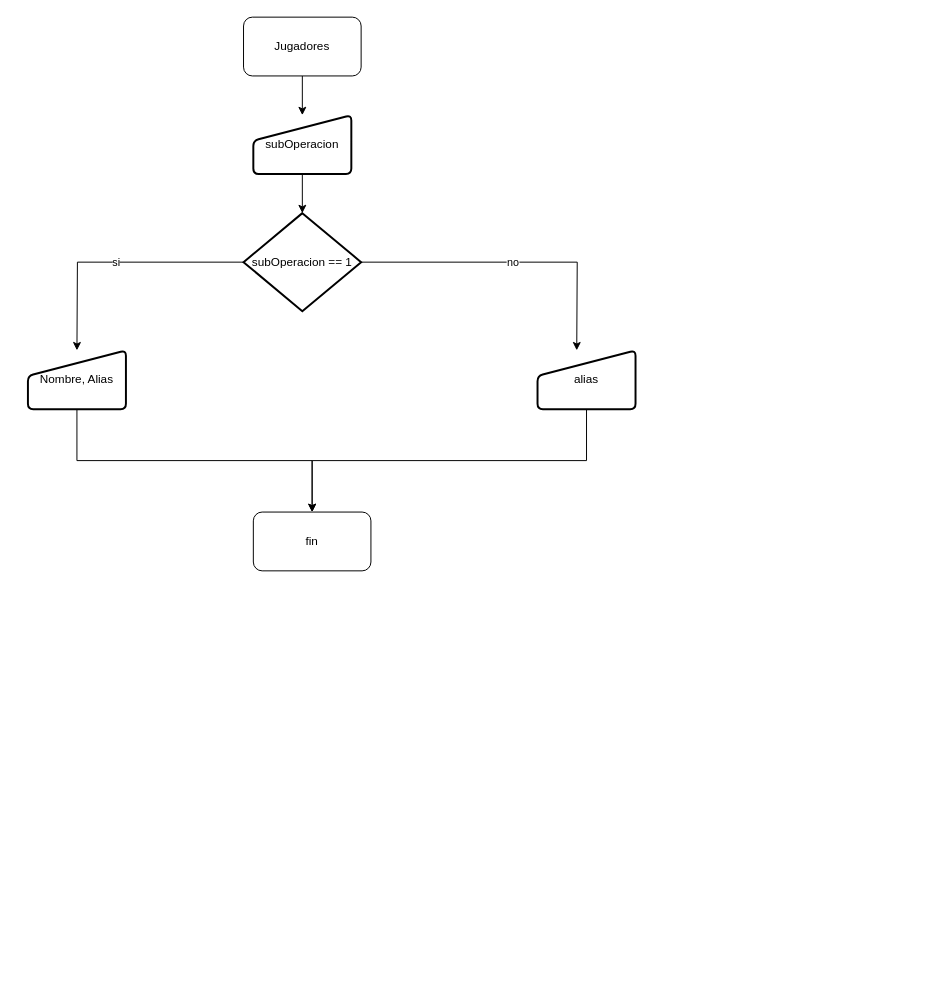
Earlier version of the draw.io diagram intro-programacion/entrega1/Jugadores.drawio (miguelgonrod/Universidad). Source tidied: cells renumbered, new cells numbered last; positions are measured from the earlier drawing's top-left corner, leaving out a move shared by most shapes. Both pictures are drawn from the tidied source at 98%, with x=0, y=0 at pixel (27, 17).
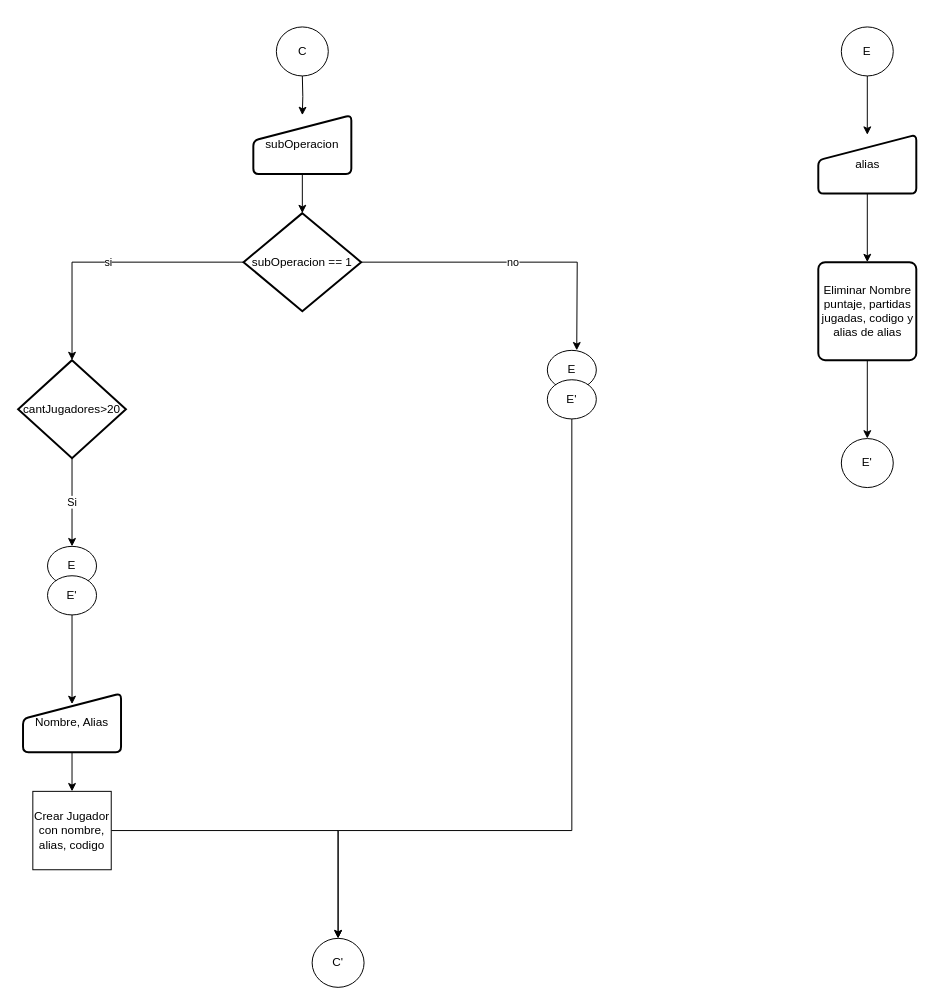
Above is the later version.

The change refers to these unchanged cells:
```xml
<mxCell id="5" value="subOperacion" style="html=1;strokeWidth=2;shape=manualInput;whiteSpace=wrap;rounded=1;size=26;arcSize=11;" parent="1" vertex="1">
  <mxGeometry x="230" y="100" width="100" height="60" as="geometry" />
</mxCell>
<mxCell id="8" value="subOperacion == 1" style="strokeWidth=2;html=1;shape=mxgraph.flowchart.decision;whiteSpace=wrap;" parent="1" vertex="1">
  <mxGeometry x="220" y="200" width="120" height="100" as="geometry" />
</mxCell>
```

What changed in the source:
```diff
@@
-    <mxCell id="2" style="edgeStyle=orthogonalEdgeStyle;rounded=0;jettySize=auto;html=1;" parent="1" edge="1" source="3" target="5">
-      <mxGeometry relative="1" as="geometry" />
+    <mxCell id="2" style="edgeStyle=orthogonalEdgeStyle;rounded=0;jettySize=auto;html=1;" parent="1" edge="1" target="5">
+      <mxGeometry relative="1" as="geometry">
+        <mxPoint x="280" y="60" as="sourcePoint" />
+      </mxGeometry>
     </mxCell>
-    <mxCell id="3" value="Jugadores" style="rounded=1;whiteSpace=wrap;html=1;" parent="1" vertex="1">
-      <mxGeometry x="220" width="120" height="60" as="geometry" />
-    </mxCell>
@@
-    <mxCell id="6" value="si" style="edgeStyle=orthogonalEdgeStyle;rounded=0;jettySize=auto;html=1;exitX=0;exitY=0.5;exitDx=0;exitDy=0;exitPerimeter=0;" parent="1" edge="1" source="8">
+    <mxCell id="6" value="si" style="edgeStyle=orthogonalEdgeStyle;rounded=0;jettySize=auto;html=1;exitX=0;exitY=0.5;exitDx=0;exitDy=0;exitPerimeter=0;entryX=0.5;entryY=0;entryDx=0;entryDy=0;entryPerimeter=0;" parent="1" edge="1" source="8" target="26">
       <mxGeometry relative="1" as="geometry">
-        <mxPoint x="50" y="340" as="targetPoint" />
+        <Array as="points">
+          <mxPoint x="45" y="250" />
+        </Array>
       </mxGeometry>
     </mxCell>
@@
-    <mxCell id="9" style="edgeStyle=orthogonalEdgeStyle;rounded=0;jettySize=auto;html=1;exitX=0.5;exitY=1;exitDx=0;exitDy=0;entryX=0.5;entryY=0;entryDx=0;entryDy=0;" parent="1" edge="1" source="10" target="13">
-      <mxGeometry relative="1" as="geometry" />
-    </mxCell>
+    <mxCell id="14" style="edgeStyle=orthogonalEdgeStyle;rounded=0;jettySize=auto;html=1;entryX=0.5;entryY=0;entryDx=0;entryDy=0;" parent="1" edge="1" source="10" target="16">
+      <mxGeometry relative="1" as="geometry" />
+    </mxCell>
     <mxCell id="10" value="Nombre, Alias" style="html=1;strokeWidth=2;shape=manualInput;whiteSpace=wrap;rounded=1;size=26;arcSize=11;" parent="1" vertex="1">
-      <mxGeometry y="340" width="100" height="60" as="geometry" />
+      <mxGeometry x="-5" y="690" width="100" height="60" as="geometry" />
     </mxCell>
-    <mxCell id="11" style="edgeStyle=orthogonalEdgeStyle;rounded=0;jettySize=auto;html=1;exitX=0.5;exitY=1;exitDx=0;exitDy=0;entryX=0.5;entryY=0;entryDx=0;entryDy=0;" parent="1" edge="1" source="12" target="13">
-      <mxGeometry relative="1" as="geometry" />
-    </mxCell>
+    <mxCell id="15" style="edgeStyle=orthogonalEdgeStyle;rounded=0;jettySize=auto;html=1;entryX=0.5;entryY=0;entryDx=0;entryDy=0;" parent="1" edge="1" source="16" target="18">
+      <mxGeometry relative="1" as="geometry" />
+    </mxCell>
+    <mxCell id="16" value="Crear Jugador con nombre, alias, codigo" style="whiteSpace=wrap;html=1;" parent="1" vertex="1">
+      <mxGeometry x="5" y="790" width="80" height="80" as="geometry" />
+    </mxCell>
+    <mxCell id="17" value="C" style="ellipse;whiteSpace=wrap;html=1;" parent="1" vertex="1">
+      <mxGeometry x="253.5" y="10" width="53" height="50" as="geometry" />
+    </mxCell>
+    <mxCell id="18" value="C'" style="ellipse;whiteSpace=wrap;html=1;" parent="1" vertex="1">
+      <mxGeometry x="290" y="940" width="53" height="50" as="geometry" />
+    </mxCell>
+    <mxCell id="19" style="edgeStyle=orthogonalEdgeStyle;rounded=0;jettySize=auto;html=1;entryX=0.5;entryY=0;entryDx=0;entryDy=0;" parent="1" edge="1" source="20" target="12">
+      <mxGeometry relative="1" as="geometry" />
+    </mxCell>
+    <mxCell id="20" value="E" style="ellipse;whiteSpace=wrap;html=1;" parent="1" vertex="1">
+      <mxGeometry x="830" y="10" width="53" height="50" as="geometry" />
+    </mxCell>
+    <mxCell id="21" style="edgeStyle=orthogonalEdgeStyle;rounded=0;jettySize=auto;html=1;" parent="1" edge="1" source="12" target="23">
+      <mxGeometry relative="1" as="geometry" />
+    </mxCell>
     <mxCell id="12" value="alias" style="html=1;strokeWidth=2;shape=manualInput;whiteSpace=wrap;rounded=1;size=26;arcSize=11;" parent="1" vertex="1">
-      <mxGeometry x="520" y="340" width="100" height="60" as="geometry" />
+      <mxGeometry x="806.5" y="120" width="100" height="60" as="geometry" />
     </mxCell>
-    <mxCell id="13" value="fin" style="rounded=1;whiteSpace=wrap;html=1;" parent="1" vertex="1">
-      <mxGeometry x="230" y="505" width="120" height="60" as="geometry" />
-    </mxCell>
+    <mxCell id="22" style="edgeStyle=orthogonalEdgeStyle;rounded=0;jettySize=auto;html=1;entryX=0.5;entryY=0;entryDx=0;entryDy=0;" parent="1" edge="1" source="23" target="24">
+      <mxGeometry relative="1" as="geometry" />
+    </mxCell>
+    <mxCell id="23" value="Eliminar Nombre puntaje, partidas jugadas, codigo y alias de alias" style="rounded=1;whiteSpace=wrap;html=1;absoluteArcSize=1;arcSize=14;strokeWidth=2;" parent="1" vertex="1">
+      <mxGeometry x="806.5" y="250" width="100" height="100" as="geometry" />
+    </mxCell>
+    <mxCell id="24" value="E'" style="ellipse;whiteSpace=wrap;html=1;" parent="1" vertex="1">
+      <mxGeometry x="830" y="430" width="53" height="50" as="geometry" />
+    </mxCell>
+    <mxCell id="25" value="Si" style="edgeStyle=orthogonalEdgeStyle;rounded=0;jettySize=auto;html=1;entryX=0.5;entryY=0;entryDx=0;entryDy=0;" parent="1" edge="1" source="26" target="27">
+      <mxGeometry relative="1" as="geometry" />
+    </mxCell>
+    <mxCell id="26" value="cantJugadores&amp;gt;20" style="strokeWidth=2;html=1;shape=mxgraph.flowchart.decision;whiteSpace=wrap;" parent="1" vertex="1">
+      <mxGeometry x="-10" y="350" width="110" height="100" as="geometry" />
+    </mxCell>
+    <mxCell id="27" value="E" style="ellipse;whiteSpace=wrap;html=1;" parent="1" vertex="1">
+      <mxGeometry x="20" y="540" width="50" height="40" as="geometry" />
+    </mxCell>
+    <mxCell id="28" style="edgeStyle=orthogonalEdgeStyle;rounded=0;jettySize=auto;html=1;entryX=0.5;entryY=0.183;entryDx=0;entryDy=0;entryPerimeter=0;" parent="1" edge="1" source="29" target="10">
+      <mxGeometry relative="1" as="geometry" />
+    </mxCell>
+    <mxCell id="29" value="E'" style="ellipse;whiteSpace=wrap;html=1;" parent="1" vertex="1">
+      <mxGeometry x="20" y="570" width="50" height="40" as="geometry" />
+    </mxCell>
+    <mxCell id="30" value="E" style="ellipse;whiteSpace=wrap;html=1;" parent="1" vertex="1">
+      <mxGeometry x="530" y="340" width="50" height="40" as="geometry" />
+    </mxCell>
+    <mxCell id="31" style="edgeStyle=orthogonalEdgeStyle;rounded=0;jettySize=auto;html=1;entryX=0.5;entryY=0;entryDx=0;entryDy=0;" parent="1" edge="1" source="32" target="18">
+      <mxGeometry relative="1" as="geometry">
+        <Array as="points">
+          <mxPoint x="555" y="830" />
+          <mxPoint x="317" y="830" />
+        </Array>
+      </mxGeometry>
+    </mxCell>
+    <mxCell id="32" value="E'" style="ellipse;whiteSpace=wrap;html=1;" parent="1" vertex="1">
+      <mxGeometry x="530" y="370" width="50" height="40" as="geometry" />
+    </mxCell>
```
